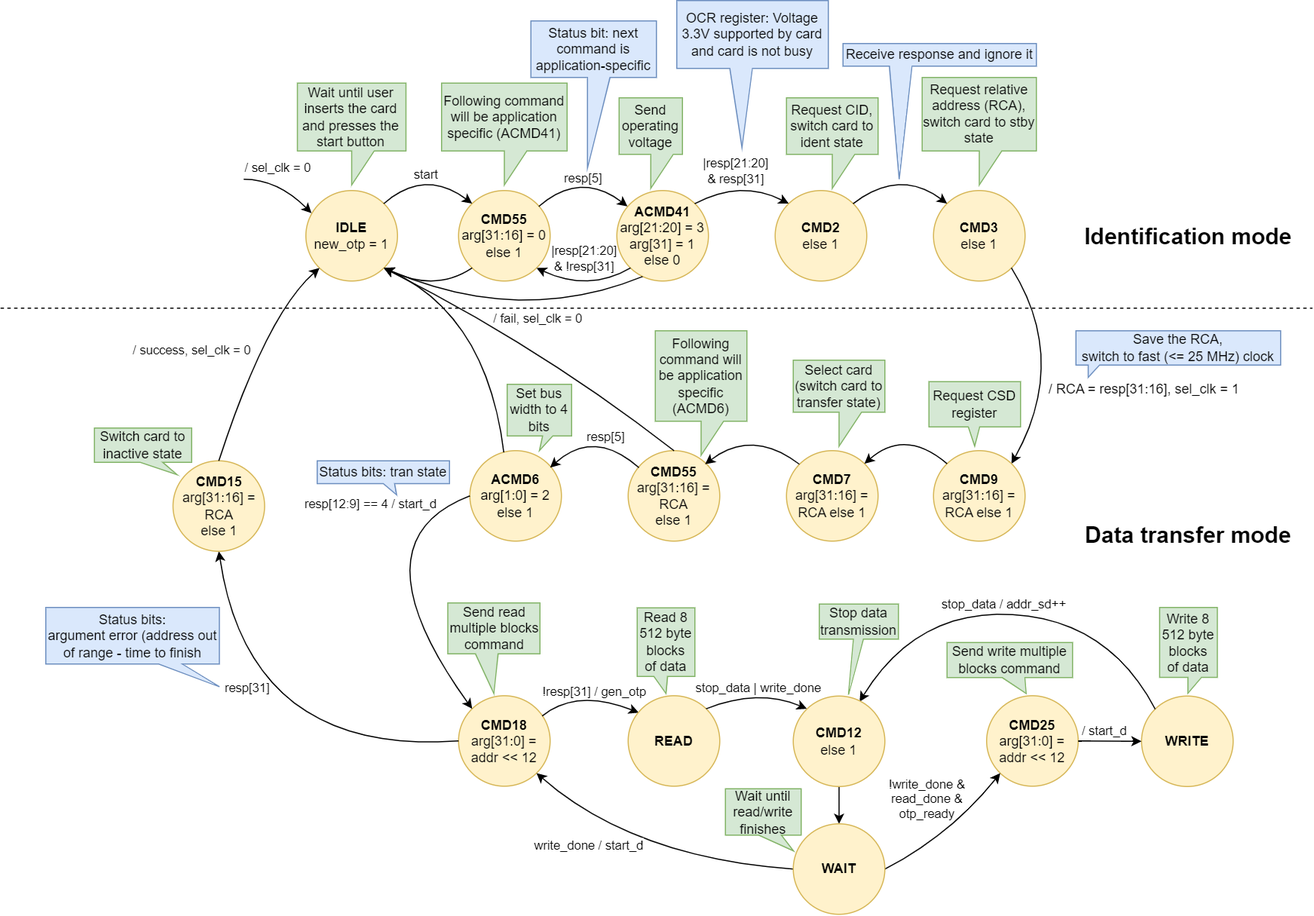
Before: docs/SD/SD_fpga_states.png, a diagram exported from draw.io (sirazenkov/GhostSD). Source tidied: cells renumbered, new cells last; positions are measured from the earlier drawing's top-left corner, leaving out a move shared by most shapes.
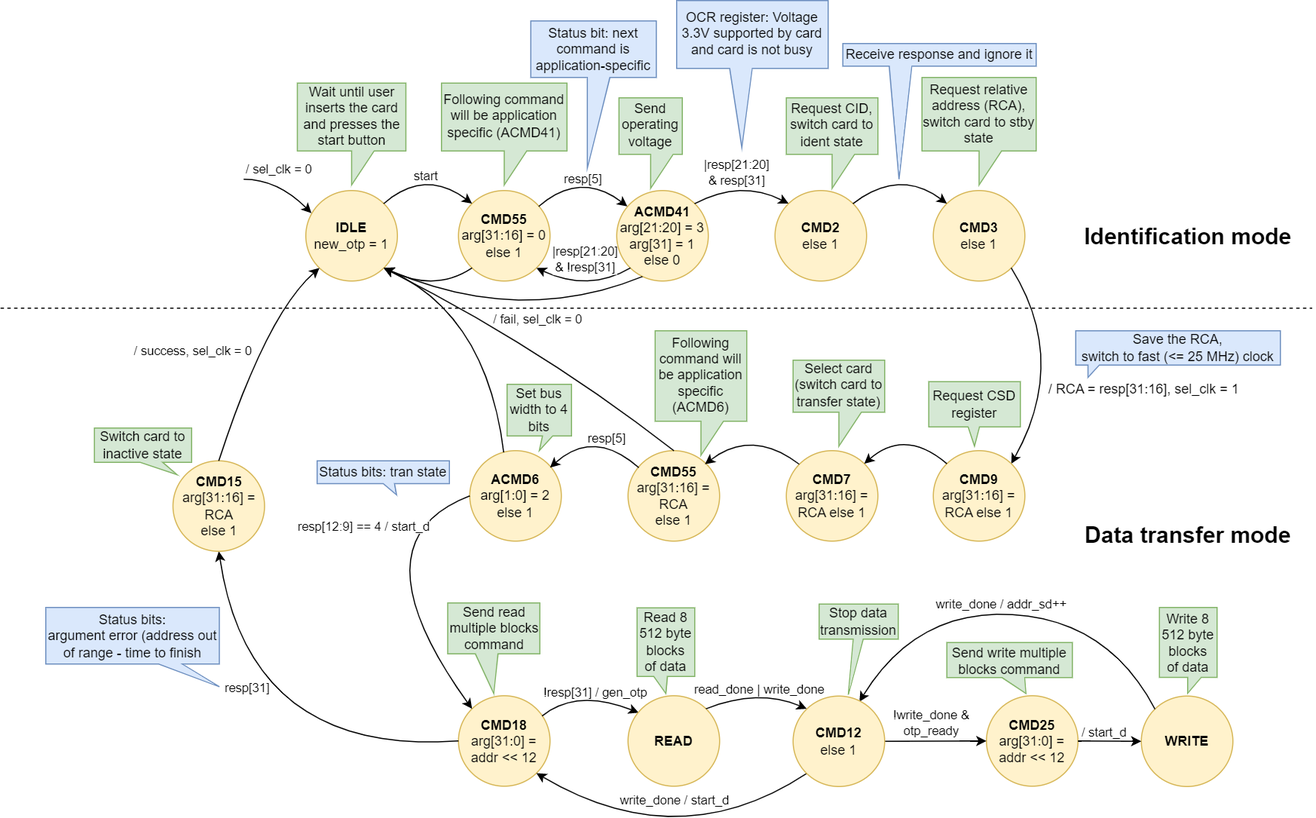
The same diagram one commit later.

Commit message:
Removed WAIT state from SD FSM diagram

What changed in the source:
```diff
@@ -156,16 +156,16 @@
         <mxPoint x="17" y="-8" as="offset" />
       </mxGeometry>
     </mxCell>
-    <mxCell id="31" style="curved=1;endArrow=classic;html=1;rounded=0;entryX=1;entryY=1;entryDx=0;entryDy=0;exitX=0;exitY=0.5;exitDx=0;exitDy=0;" parent="1" edge="1" source="82" target="25">
+    <mxCell id="31" style="curved=1;endArrow=classic;html=1;rounded=0;entryX=1;entryY=1;entryDx=0;entryDy=0;exitX=0;exitY=1;exitDx=0;exitDy=0;" parent="1" edge="1" source="81" target="25">
       <mxGeometry relative="1" as="geometry">
         <Array as="points">
-          <mxPoint x="560" y="758" />
+          <mxPoint x="600" y="758" />
         </Array>
       </mxGeometry>
     </mxCell>
     <mxCell id="32" value="write_done / start_d" style="edgeLabel;html=1;align=center;verticalAlign=middle;" parent="31" vertex="1">
       <mxGeometry x="-0.22" y="13" relative="1" as="geometry">
-        <mxPoint x="-81" y="-27" as="offset" />
+        <mxPoint x="-34" y="-48" as="offset" />
       </mxGeometry>
     </mxCell>
     <mxCell id="33" style="curved=1;endArrow=classic;html=1;rounded=0;exitX=0;exitY=0.5;exitDx=0;exitDy=0;entryX=0.5;entryY=1;entryDx=0;entryDy=0;" parent="1" edge="1" source="25" target="35">
@@ -301,7 +301,7 @@
         </Array>
       </mxGeometry>
     </mxCell>
-    <mxCell id="66" value="stop_data | write_done" style="edgeLabel;html=1;align=center;verticalAlign=middle;" parent="65" vertex="1">
+    <mxCell id="66" value="read_done | write_done" style="edgeLabel;html=1;align=center;verticalAlign=middle;" parent="65" vertex="1">
       <mxGeometry x="-0.04" y="-7" relative="1" as="geometry">
         <mxPoint y="-8" as="offset" />
       </mxGeometry>
@@ -339,16 +339,12 @@
     <mxCell id="73" value="Select card&lt;br&gt;(switch card to transfer state)" style="shape=callout;whiteSpace=wrap;html=1;perimeter=calloutPerimeter;fillColor=#d5e8d4;strokeColor=#82b366;" parent="1" vertex="1">
       <mxGeometry x="701" y="318" width="81" height="76" as="geometry" />
     </mxCell>
-    <mxCell id="74" style="curved=1;endArrow=none;html=1;rounded=0;exitX=0;exitY=1;exitDx=0;exitDy=0;entryX=1;entryY=0.5;entryDx=0;entryDy=0;startArrow=classic;startFill=1;endFill=0;" parent="1" edge="1" source="28" target="82">
-      <mxGeometry relative="1" as="geometry">
-        <Array as="points">
-          <mxPoint x="840" y="738" />
-        </Array>
-      </mxGeometry>
+    <mxCell id="74" style="curved=1;endArrow=none;html=1;rounded=0;exitX=0;exitY=0.5;exitDx=0;exitDy=0;entryX=1;entryY=0.5;entryDx=0;entryDy=0;startArrow=classic;startFill=1;endFill=0;" parent="1" edge="1" source="28" target="81">
+      <mxGeometry relative="1" as="geometry" />
     </mxCell>
-    <mxCell id="75" value="!write_done &amp;amp;&lt;br style=&quot;border-color: var(--border-color);&quot;&gt;read_done &amp;amp; &lt;br&gt;otp_ready" style="edgeLabel;html=1;align=center;verticalAlign=middle;labelBackgroundColor=none;" parent="74" vertex="1">
+    <mxCell id="75" value="!write_done&amp;nbsp;&amp;amp; &lt;br&gt;otp_ready" style="edgeLabel;html=1;align=center;verticalAlign=middle;labelBackgroundColor=none;" parent="74" vertex="1">
       <mxGeometry x="-0.33" y="2" relative="1" as="geometry">
-        <mxPoint x="-39" y="-14" as="offset" />
+        <mxPoint x="-21" y="-19" as="offset" />
       </mxGeometry>
     </mxCell>
     <mxCell id="76" style="curved=1;endArrow=classic;html=1;rounded=0;entryX=0.724;entryY=0.066;entryDx=0;entryDy=0;exitX=0;exitY=0;exitDx=0;exitDy=0;entryPerimeter=0;" parent="1" edge="1" source="64">
@@ -360,9 +356,9 @@
         </Array>
       </mxGeometry>
     </mxCell>
-    <mxCell id="77" value="stop_data / addr_sd++" style="edgeLabel;html=1;align=center;verticalAlign=middle;" parent="76" vertex="1">
+    <mxCell id="77" value="write_done / addr_sd++" style="edgeLabel;html=1;align=center;verticalAlign=middle;" parent="76" vertex="1">
       <mxGeometry x="0.14" y="-10" relative="1" as="geometry">
-        <mxPoint x="20" y="2" as="offset" />
+        <mxPoint x="17" y="2" as="offset" />
       </mxGeometry>
     </mxCell>
     <mxCell id="78" value="Stop data transmission" style="shape=callout;whiteSpace=wrap;html=1;perimeter=calloutPerimeter;fillColor=#d5e8d4;strokeColor=#82b366;size=49;position=0.43;position2=0.37;base=9;" parent="1" vertex="1">
@@ -371,17 +367,8 @@
     <mxCell id="79" value="Write 8 512 byte&lt;br&gt;&amp;nbsp;blocks&amp;nbsp; of data" style="shape=callout;whiteSpace=wrap;html=1;perimeter=calloutPerimeter;fillColor=#d5e8d4;strokeColor=#82b366;size=14;position=0.49;base=12;position2=0.49;" parent="1" vertex="1">
       <mxGeometry x="1025" y="536.7" width="51" height="75.7" as="geometry" />
     </mxCell>
-    <mxCell id="80" style="edgeStyle=orthogonalEdgeStyle;rounded=0;jettySize=auto;html=1;entryX=0.5;entryY=0;entryDx=0;entryDy=0;" parent="1" edge="1" source="81" target="82">
-      <mxGeometry relative="1" as="geometry" />
-    </mxCell>
     <mxCell id="81" value="&lt;b&gt;CMD12&lt;/b&gt;&lt;br&gt;else 1" style="ellipse;whiteSpace=wrap;html=1;fillColor=#fff2cc;strokeColor=#d6b656;" parent="1" vertex="1">
       <mxGeometry x="701" y="615" width="81" height="80" as="geometry" />
     </mxCell>
-    <mxCell id="82" value="&lt;b&gt;WAIT&lt;/b&gt;" style="ellipse;whiteSpace=wrap;html=1;fillColor=#fff2cc;strokeColor=#d6b656;" parent="1" vertex="1">
-      <mxGeometry x="701" y="728" width="81" height="80" as="geometry" />
-    </mxCell>
-    <mxCell id="83" value="Wait until read/write finishes" style="shape=callout;whiteSpace=wrap;html=1;perimeter=calloutPerimeter;fillColor=#d5e8d4;strokeColor=#82b366;size=14;position=0.44;position2=0.9;" parent="1" vertex="1">
-      <mxGeometry x="641" y="697" width="67" height="55" as="geometry" />
-    </mxCell>
   </root>
 </mxGraphModel>
```
